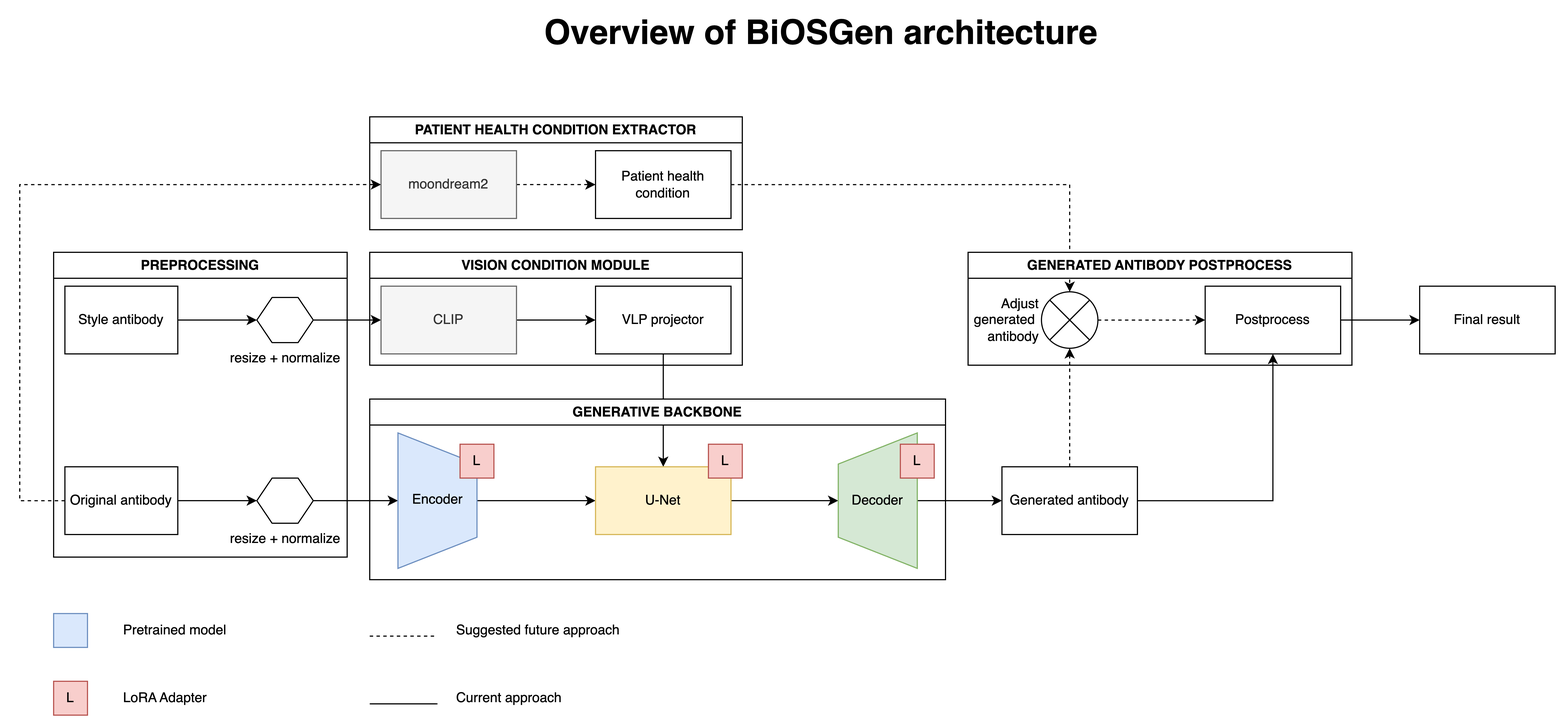
Before: assets/main.drawio.png, a diagram exported from draw.io (kurosawaxyz/BiOSGen). Source tidied: cells renumbered, new cells last; positions are measured from the earlier drawing's top-left corner, leaving out a move shared by most shapes.
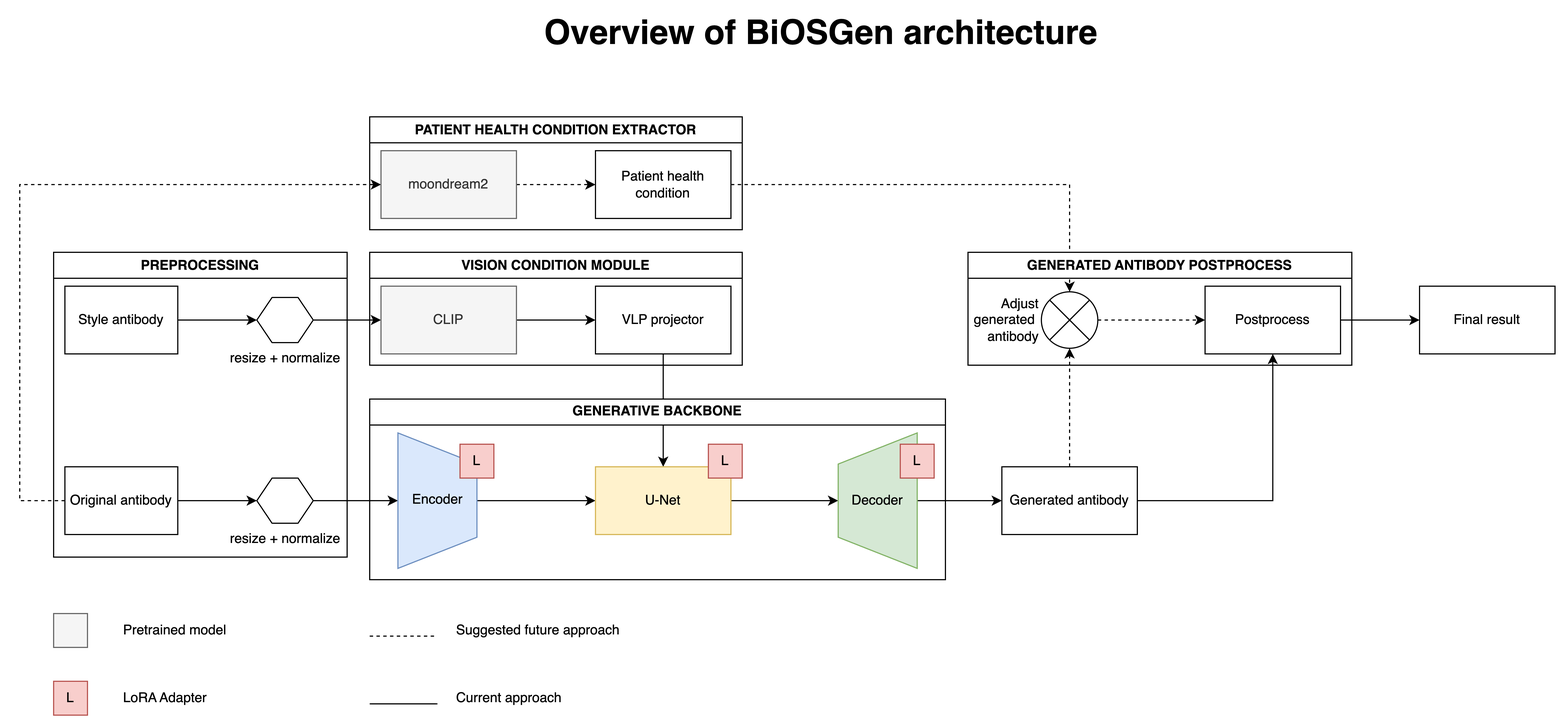
The same file after the commit.

The edit, as a diff of the source:
```diff
@@ -153,7 +153,7 @@
     <mxCell id="46" value="Current approach" style="text;html=1;align=left;verticalAlign=middle;whiteSpace=wrap;rounded=0;" parent="1" vertex="1">
       <mxGeometry x="385" y="590" width="160" height="30" as="geometry" />
     </mxCell>
-    <mxCell id="47" style="whiteSpace=wrap;html=1;fillColor=#dae8fc;strokeColor=#6c8ebf;" parent="1" vertex="1">
+    <mxCell id="47" style="whiteSpace=wrap;html=1;fillColor=#f5f5f5;strokeColor=#666666;fontColor=#333333;" parent="1" vertex="1">
       <mxGeometry x="30" y="530" width="30" height="30" as="geometry" />
     </mxCell>
     <mxCell id="48" value="Pretrained model" style="text;html=1;align=left;verticalAlign=middle;whiteSpace=wrap;rounded=0;" parent="1" vertex="1">
```
